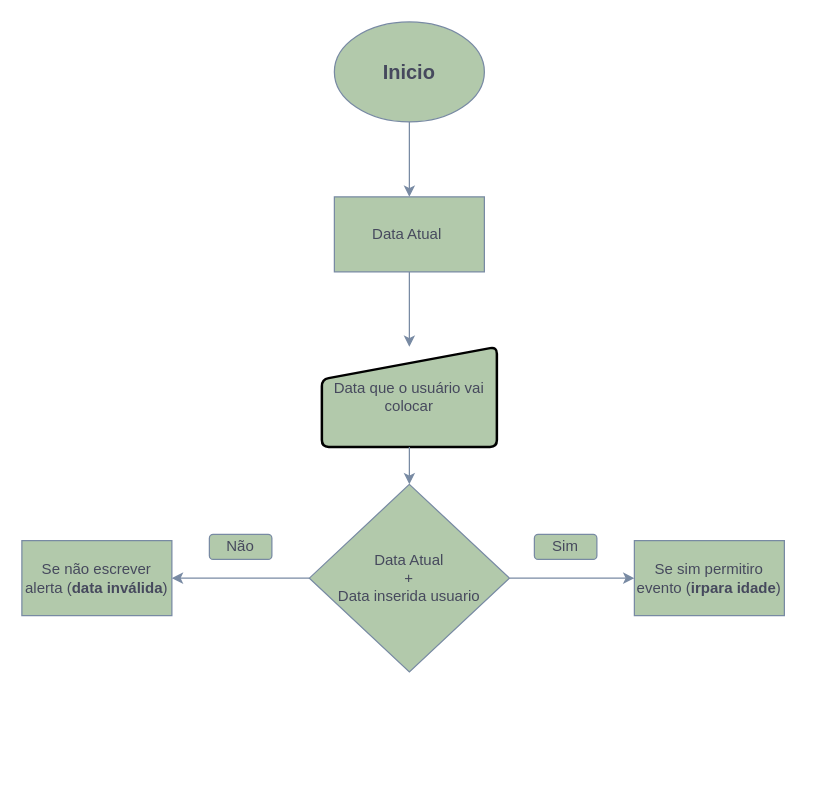
Before: Diagrama sem nome.drawio in lrlacerda/Desenvolvimento-de-algoritmo-UC8, a draw.io diagram. Source tidied: cells renumbered, new cells numbered last; positions are measured from the earlier drawing's top-left corner, leaving out a move shared by most shapes. Both pictures are drawn from the tidied source at 125%, with x=0, y=0 at pixel (21, 21).
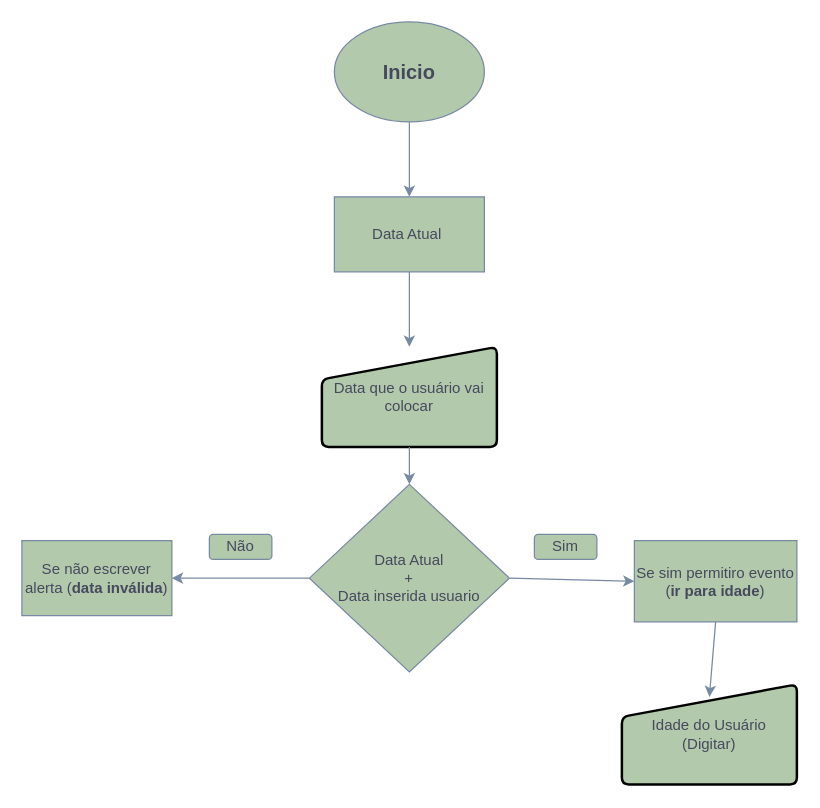
The same diagram, later.

What changed in the source:
```diff
@@
 <mxGraphModel>
   <root>
     <mxCell id="0" />
     <mxCell id="1" parent="0" />
     <mxCell id="2" value="&lt;font size=&quot;3&quot;&gt;&lt;b&gt;Inicio&lt;/b&gt;&lt;/font&gt;&lt;br&gt;" style="ellipse;whiteSpace=wrap;html=1;fontColor=#46495D;strokeColor=#788AA3;fillColor=#B2C9AB;" parent="1" vertex="1">
       <mxGeometry x="250" width="120" height="80" as="geometry" />
     </mxCell>
     <mxCell id="3" value="Data Atual&amp;nbsp;" style="rounded=0;whiteSpace=wrap;html=1;fontColor=#46495D;strokeColor=#788AA3;fillColor=#B2C9AB;" parent="1" vertex="1">
       <mxGeometry x="250" y="140" width="120" height="60" as="geometry" />
     </mxCell>
     <mxCell id="4" style="endArrow=classic;html=1;rounded=0;fontColor=#46495D;strokeColor=#788AA3;fillColor=#B2C9AB;entryX=0.5;entryY=0;entryDx=0;entryDy=0;" parent="1" edge="1" source="2" target="3">
       <mxGeometry relative="1" as="geometry" />
     </mxCell>
     <mxCell id="5" value="Data que o usuário vai colocar" style="html=1;strokeWidth=2;shape=manualInput;whiteSpace=wrap;rounded=1;size=26;arcSize=11;fontColor=#46495D;fillColor=#B2C9AB;" parent="1" vertex="1">
       <mxGeometry x="240" y="260" width="140" height="80" as="geometry" />
     </mxCell>
     <mxCell id="6" style="endArrow=classic;html=1;rounded=0;fontColor=#46495D;strokeColor=#788AA3;fillColor=#B2C9AB;exitX=0.5;exitY=1;exitDx=0;exitDy=0;" parent="1" edge="1" source="3" target="5">
       <mxGeometry relative="1" as="geometry" />
     </mxCell>
     <mxCell id="7" value="Data Atual&lt;br&gt;+&lt;br&gt;Data inserida usuario" style="rhombus;whiteSpace=wrap;html=1;fontColor=#46495D;strokeColor=#788AA3;fillColor=#B2C9AB;" parent="1" vertex="1">
       <mxGeometry x="230" y="370" width="160" height="150" as="geometry" />
     </mxCell>
     <mxCell id="8" style="endArrow=classic;html=1;rounded=0;fontColor=#46495D;strokeColor=#788AA3;fillColor=#B2C9AB;entryX=0.5;entryY=0;entryDx=0;entryDy=0;exitX=0.5;exitY=1;exitDx=0;exitDy=0;" parent="1" edge="1" source="5" target="7">
       <mxGeometry relative="1" as="geometry" />
     </mxCell>
-    <mxCell id="9" value="Se sim permitiro evento (&lt;b&gt;irpara idade&lt;/b&gt;)" style="rounded=0;whiteSpace=wrap;html=1;fontColor=#46495D;strokeColor=#788AA3;fillColor=#B2C9AB;" parent="1" vertex="1">
-      <mxGeometry x="490" y="415" width="120" height="60" as="geometry" />
+    <mxCell id="9" value="Se sim permitiro evento (&lt;b&gt;ir para idade&lt;/b&gt;)" style="rounded=0;whiteSpace=wrap;html=1;fontColor=#46495D;strokeColor=#788AA3;fillColor=#B2C9AB;" parent="1" vertex="1">
+      <mxGeometry x="490" y="415" width="130" height="65" as="geometry" />
     </mxCell>
     <mxCell id="10" style="endArrow=classic;html=1;rounded=0;fontColor=#46495D;strokeColor=#788AA3;fillColor=#B2C9AB;entryX=0;entryY=0.5;entryDx=0;entryDy=0;exitX=1;exitY=0.5;exitDx=0;exitDy=0;" parent="1" edge="1" source="7" target="9">
       <mxGeometry relative="1" as="geometry" />
     </mxCell>
     <mxCell id="11" value="Se não escrever alerta (&lt;b&gt;data inválida&lt;/b&gt;)" style="rounded=0;whiteSpace=wrap;html=1;fontColor=#46495D;strokeColor=#788AA3;fillColor=#B2C9AB;" parent="1" vertex="1">
       <mxGeometry y="415" width="120" height="60" as="geometry" />
     </mxCell>
     <mxCell id="12" style="endArrow=classic;html=1;rounded=0;fontColor=#46495D;strokeColor=#788AA3;fillColor=#B2C9AB;entryX=1;entryY=0.5;entryDx=0;entryDy=0;exitX=0;exitY=0.5;exitDx=0;exitDy=0;" parent="1" edge="1" source="7" target="11">
       <mxGeometry relative="1" as="geometry" />
     </mxCell>
     <mxCell id="13" value="Sim" style="rounded=1;whiteSpace=wrap;html=1;fontColor=#46495D;strokeColor=#788AA3;fillColor=#B2C9AB;" parent="1" vertex="1">
       <mxGeometry x="410" y="410" width="50" height="20" as="geometry" />
     </mxCell>
     <mxCell id="14" value="Não" style="rounded=1;whiteSpace=wrap;html=1;fontColor=#46495D;strokeColor=#788AA3;fillColor=#B2C9AB;" parent="1" vertex="1">
       <mxGeometry x="150" y="410" width="50" height="20" as="geometry" />
     </mxCell>
+    <mxCell id="15" value="Idade do Usuário&lt;br&gt;(Digitar)" style="html=1;strokeWidth=2;shape=manualInput;whiteSpace=wrap;rounded=1;size=26;arcSize=11;fontColor=#46495D;fillColor=#B2C9AB;" parent="1" vertex="1">
+      <mxGeometry x="480" y="530" width="140" height="80" as="geometry" />
+    </mxCell>
+    <mxCell id="16" style="endArrow=classic;html=1;rounded=0;fontColor=#46495D;strokeColor=#788AA3;fillColor=#B2C9AB;exitX=0.5;exitY=1;exitDx=0;exitDy=0;" parent="1" edge="1" source="9">
+      <mxGeometry relative="1" as="geometry">
+        <mxPoint x="550" y="540" as="targetPoint" />
+      </mxGeometry>
+    </mxCell>
   </root>
 </mxGraphModel>
```
